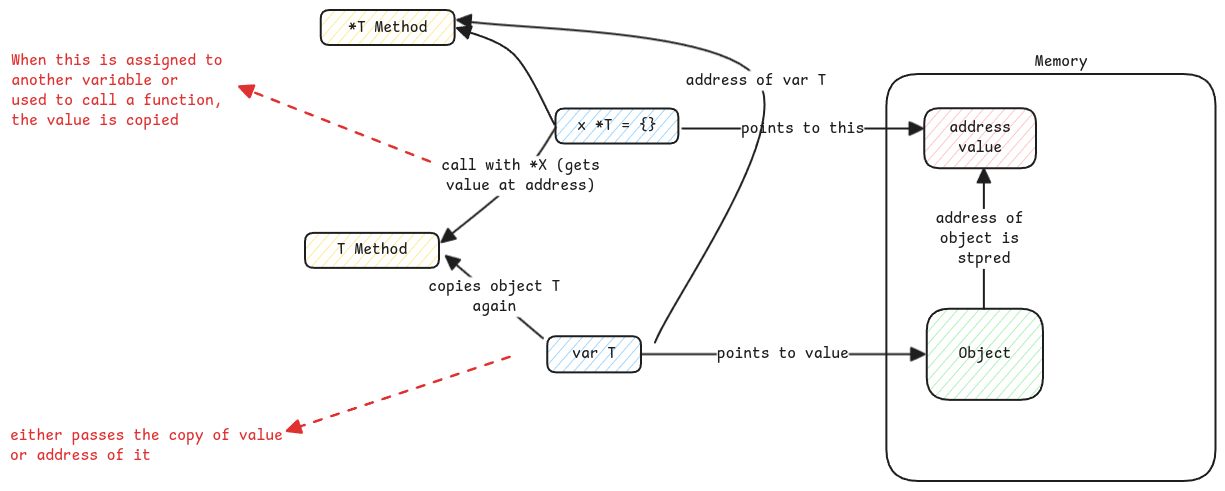
Earlier version of the Excalidraw export static/img/golang-pointers.excalidraw.png (swaroopar/inprogress-engineer). Source tidied: one line per element, renumbered; positions are measured from the earlier drawing's top-left corner, leaving out a move shared by most shapes. The source it was exported from:
```json
{"id": 0, "type": "rectangle", "strokeColor": "#1e1e1e", "strokeWidth": 2, "roughness": 0, "round": true, "x": 876, "y": 64, "width": 329, "height": 407}
{"id": 1, "type": "text", "text": "Memory", "strokeColor": "#1e1e1e", "strokeWidth": 2, "roughness": 0, "fontSize": 16, "fontFamily": 8, "x": 1025, "y": 42, "width": 53, "height": 20}
{"id": 2, "type": "rectangle", "strokeColor": "#1e1e1e", "backgroundColor": "#a5d8ff", "fillStyle": "hachure", "strokeWidth": 2, "roughness": 0, "round": true, "x": 546, "y": 99, "width": 123, "height": 35}
{"id": 3, "type": "text", "text": "x *T = {}", "strokeColor": "#1e1e1e", "strokeWidth": 2, "roughness": 1, "fontSize": 16, "fontFamily": 8, "textAlign": "center", "verticalAlign": "middle", "inside": 2, "x": 567, "y": 106, "width": 79, "height": 20}
{"id": 4, "type": "rectangle", "strokeColor": "#1e1e1e", "backgroundColor": "#ffc9c9", "fillStyle": "hachure", "strokeWidth": 2, "roughness": 0, "round": true, "x": 914, "y": 98, "width": 112, "height": 60}
{"id": 5, "type": "text", "text": "address\nvalue", "strokeColor": "#1e1e1e", "strokeWidth": 2, "roughness": 1, "fontSize": 16, "fontFamily": 8, "textAlign": "center", "verticalAlign": "middle", "inside": 4, "x": 939, "y": 108, "width": 62, "height": 40}
{"id": 6, "type": "rectangle", "strokeColor": "#1e1e1e", "backgroundColor": "#b2f2bb", "fillStyle": "hachure", "strokeWidth": 2, "roughness": 0, "round": true, "x": 917, "y": 299, "width": 116, "height": 91}
{"id": 7, "type": "text", "text": "Object", "strokeColor": "#1e1e1e", "strokeWidth": 2, "roughness": 1, "fontSize": 16, "fontFamily": 8, "textAlign": "center", "verticalAlign": "middle", "inside": 6, "x": 948, "y": 334, "width": 53, "height": 20}
{"id": 8, "type": "arrow", "strokeColor": "#1e1e1e", "strokeWidth": 2, "roughness": 0, "endArrowhead": "triangle", "to": 4, "x": 974, "y": 299, "width": 0, "height": 140, "points": [[0, 0], [0, -140]]}
{"id": 9, "type": "text", "text": "address of \nobject is \nstpred", "strokeColor": "#1e1e1e", "strokeWidth": 2, "roughness": 1, "fontSize": 16, "fontFamily": 8, "textAlign": "center", "verticalAlign": "middle", "inside": 8, "x": 924, "y": 199, "width": 97, "height": 60}
{"id": 10, "type": "arrow", "strokeColor": "#1e1e1e", "strokeWidth": 2, "roughness": 0, "endArrowhead": "triangle", "round": true, "from": 2, "to": 4, "x": 672, "y": 119, "width": 241, "height": 0, "points": [[0, 0], [241, 0]]}
{"id": 11, "type": "text", "text": "points to this", "strokeColor": "#1e1e1e", "strokeWidth": 2, "roughness": 1, "fontSize": 16, "fontFamily": 8, "textAlign": "center", "verticalAlign": "middle", "inside": 10, "x": 731, "y": 109, "width": 123, "height": 20}
{"id": 12, "type": "rectangle", "strokeColor": "#1e1e1e", "backgroundColor": "#a5d8ff", "fillStyle": "hachure", "strokeWidth": 2, "roughness": 0, "round": true, "x": 537, "y": 326, "width": 94, "height": 36}
{"id": 13, "type": "text", "text": "var T", "strokeColor": "#1e1e1e", "strokeWidth": 2, "roughness": 1, "fontSize": 16, "fontFamily": 8, "textAlign": "center", "verticalAlign": "middle", "inside": 12, "x": 562, "y": 334, "width": 44, "height": 20}
{"id": 14, "type": "arrow", "strokeColor": "#1e1e1e", "strokeWidth": 2, "roughness": 0, "endArrowhead": "triangle", "round": true, "x": 631, "y": 344, "width": 284, "height": 0, "points": [[0, 0], [284, 0]]}
{"id": 15, "type": "text", "text": "points to value", "strokeColor": "#1e1e1e", "strokeWidth": 2, "roughness": 1, "fontSize": 16, "fontFamily": 8, "textAlign": "center", "verticalAlign": "middle", "inside": 14, "x": 707, "y": 334, "width": 132, "height": 20}
{"id": 16, "type": "arrow", "strokeColor": "#1e1e1e", "strokeWidth": 2, "roughness": 0, "endArrowhead": "triangle", "round": true, "from": 2, "to": 17, "x": 545, "y": 115, "width": 98, "height": 96, "points": [[0, 0], [-41, -70], [-98, -96]]}
{"id": 17, "type": "rectangle", "strokeColor": "#1e1e1e", "backgroundColor": "#ffec99", "fillStyle": "hachure", "strokeWidth": 2, "roughness": 0, "round": true, "x": 311, "y": 0, "width": 134, "height": 35}
{"id": 18, "type": "text", "text": "*T Method", "strokeColor": "#1e1e1e", "strokeWidth": 2, "roughness": 1, "fontSize": 16, "fontFamily": 8, "textAlign": "center", "verticalAlign": "middle", "inside": 17, "x": 338, "y": 8, "width": 79, "height": 20}
{"id": 19, "type": "rectangle", "strokeColor": "#1e1e1e", "backgroundColor": "#ffec99", "fillStyle": "hachure", "strokeWidth": 2, "roughness": 0, "round": true, "x": 295, "y": 223, "width": 134, "height": 35}
{"id": 20, "type": "text", "text": "T Method", "strokeColor": "#1e1e1e", "strokeWidth": 2, "roughness": 1, "fontSize": 16, "fontFamily": 8, "textAlign": "center", "verticalAlign": "middle", "inside": 19, "x": 327, "y": 230, "width": 70, "height": 20}
{"id": 21, "type": "arrow", "strokeColor": "#1e1e1e", "strokeWidth": 2, "roughness": 0, "endArrowhead": "triangle", "round": true, "to": 19, "x": 546, "y": 117, "width": 115, "height": 115, "points": [[0, 0], [-35, 49], [-115, 115]]}
{"id": 22, "type": "text", "text": "call with *X (gets\nvalue at address)", "strokeColor": "#1e1e1e", "strokeWidth": 2, "roughness": 1, "fontSize": 16, "fontFamily": 8, "textAlign": "center", "verticalAlign": "middle", "inside": 21, "x": 431, "y": 146, "width": 158, "height": 40}
{"id": 23, "type": "text", "text": "When this is assigned to \nanother variable or \nused to call a function, \nthe value is copied", "strokeColor": "#e03131", "strokeWidth": 2, "roughness": 0, "fontSize": 16, "fontFamily": 8, "x": 1, "y": 41, "width": 220, "height": 80}
{"id": 24, "type": "arrow", "strokeColor": "#e03131", "strokeWidth": 2, "strokeStyle": "dashed", "roughness": 0, "endArrowhead": "triangle", "round": true, "to": 23, "x": 420, "y": 152, "width": 191, "height": 75, "points": [[0, 0], [-191, -75]]}
{"id": 25, "type": "arrow", "strokeColor": "#1e1e1e", "strokeWidth": 2, "roughness": 0, "endArrowhead": "triangle", "round": true, "from": 12, "to": 19, "x": 533, "y": 328, "width": 97, "height": 82, "points": [[0, 0], [-97, -82]]}
{"id": 26, "type": "text", "text": "copies object T\nagain", "strokeColor": "#1e1e1e", "strokeWidth": 2, "roughness": 1, "fontSize": 16, "fontFamily": 8, "textAlign": "center", "verticalAlign": "middle", "inside": 25, "x": 418, "y": 267, "width": 132, "height": 40}
{"id": 27, "type": "text", "text": "either passes the copy of value\nor address of it", "strokeColor": "#e03131", "strokeWidth": 2, "roughness": 0, "fontSize": 16, "fontFamily": 8, "x": 0, "y": 416, "width": 273, "height": 40}
{"id": 28, "type": "arrow", "strokeColor": "#e03131", "strokeWidth": 2, "strokeStyle": "dashed", "roughness": 0, "endArrowhead": "triangle", "round": true, "to": 27, "x": 500, "y": 347, "width": 223, "height": 74, "points": [[0, 0], [-223, 74]]}
{"id": 29, "type": "arrow", "strokeColor": "#1e1e1e", "strokeWidth": 2, "roughness": 0, "endArrowhead": "triangle", "round": true, "from": 12, "x": 642, "y": 333, "width": 302, "height": 323, "points": [[0, 0], [104, -262], [-198, -323]]}
{"id": 30, "type": "text", "text": "address of var T", "strokeColor": "#1e1e1e", "strokeWidth": 2, "roughness": 1, "fontSize": 16, "fontFamily": 8, "textAlign": "center", "verticalAlign": "middle", "inside": 29, "x": 676, "y": 61, "width": 141, "height": 20}
```
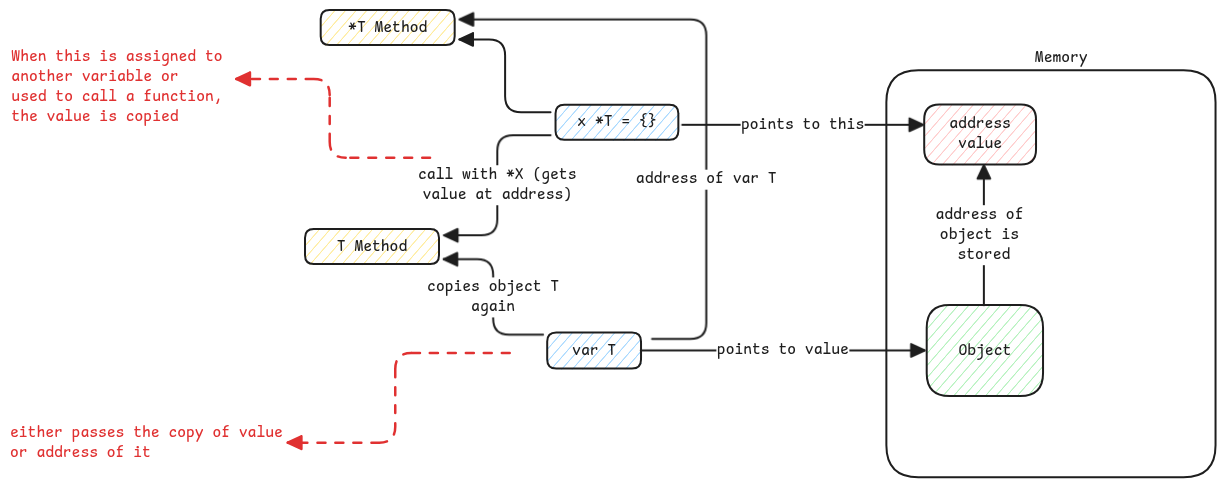
Later version of the same file.

The edit, as a diff of the source:
```diff
@@ -7,25 +7,25 @@
 {"id": 6, "type": "rectangle", "strokeColor": "#1e1e1e", "backgroundColor": "#b2f2bb", "fillStyle": "hachure", "strokeWidth": 2, "roughness": 0, "round": true, "x": 917, "y": 299, "width": 116, "height": 91}
 {"id": 7, "type": "text", "text": "Object", "strokeColor": "#1e1e1e", "strokeWidth": 2, "roughness": 1, "fontSize": 16, "fontFamily": 8, "textAlign": "center", "verticalAlign": "middle", "inside": 6, "x": 948, "y": 334, "width": 53, "height": 20}
 {"id": 8, "type": "arrow", "strokeColor": "#1e1e1e", "strokeWidth": 2, "roughness": 0, "endArrowhead": "triangle", "to": 4, "x": 974, "y": 299, "width": 0, "height": 140, "points": [[0, 0], [0, -140]]}
-{"id": 9, "type": "text", "text": "address of \nobject is \nstpred", "strokeColor": "#1e1e1e", "strokeWidth": 2, "roughness": 1, "fontSize": 16, "fontFamily": 8, "textAlign": "center", "verticalAlign": "middle", "inside": 8, "x": 924, "y": 199, "width": 97, "height": 60}
+{"id": 9, "type": "text", "text": "address of \nobject is \nstored", "strokeColor": "#1e1e1e", "strokeWidth": 2, "roughness": 1, "fontSize": 16, "fontFamily": 8, "textAlign": "center", "verticalAlign": "middle", "inside": 8, "x": 925, "y": 199, "width": 97, "height": 60}
 {"id": 10, "type": "arrow", "strokeColor": "#1e1e1e", "strokeWidth": 2, "roughness": 0, "endArrowhead": "triangle", "round": true, "from": 2, "to": 4, "x": 672, "y": 119, "width": 241, "height": 0, "points": [[0, 0], [241, 0]]}
 {"id": 11, "type": "text", "text": "points to this", "strokeColor": "#1e1e1e", "strokeWidth": 2, "roughness": 1, "fontSize": 16, "fontFamily": 8, "textAlign": "center", "verticalAlign": "middle", "inside": 10, "x": 731, "y": 109, "width": 123, "height": 20}
 {"id": 12, "type": "rectangle", "strokeColor": "#1e1e1e", "backgroundColor": "#a5d8ff", "fillStyle": "hachure", "strokeWidth": 2, "roughness": 0, "round": true, "x": 537, "y": 326, "width": 94, "height": 36}
 {"id": 13, "type": "text", "text": "var T", "strokeColor": "#1e1e1e", "strokeWidth": 2, "roughness": 1, "fontSize": 16, "fontFamily": 8, "textAlign": "center", "verticalAlign": "middle", "inside": 12, "x": 562, "y": 334, "width": 44, "height": 20}
 {"id": 14, "type": "arrow", "strokeColor": "#1e1e1e", "strokeWidth": 2, "roughness": 0, "endArrowhead": "triangle", "round": true, "x": 631, "y": 344, "width": 284, "height": 0, "points": [[0, 0], [284, 0]]}
 {"id": 15, "type": "text", "text": "points to value", "strokeColor": "#1e1e1e", "strokeWidth": 2, "roughness": 1, "fontSize": 16, "fontFamily": 8, "textAlign": "center", "verticalAlign": "middle", "inside": 14, "x": 707, "y": 334, "width": 132, "height": 20}
-{"id": 16, "type": "arrow", "strokeColor": "#1e1e1e", "strokeWidth": 2, "roughness": 0, "endArrowhead": "triangle", "round": true, "from": 2, "to": 17, "x": 545, "y": 115, "width": 98, "height": 96, "points": [[0, 0], [-41, -70], [-98, -96]]}
+{"id": 16, "type": "arrow", "strokeColor": "#1e1e1e", "strokeWidth": 2, "roughness": 0, "endArrowhead": "triangle", "from": 2, "to": 17, "x": 541, "y": 106, "width": 91, "height": 73, "points": [[0, 0], [-45, 0], [-45, -73], [-91, -73]]}
-{"id": 17, "type": "rectangle", "strokeColor": "#1e1e1e", "backgroundColor": "#ffec99", "fillStyle": "hachure", "strokeWidth": 2, "roughness": 0, "round": true, "x": 311, "y": 0, "width": 134, "height": 35}
+{"id": 17, "type": "rectangle", "strokeColor": "#1e1e1e", "backgroundColor": "#ffec99", "fillStyle": "hachure", "strokeWidth": 2, "roughness": 0, "round": true, "x": 311, "y": 4, "width": 134, "height": 35}
-{"id": 18, "type": "text", "text": "*T Method", "strokeColor": "#1e1e1e", "strokeWidth": 2, "roughness": 1, "fontSize": 16, "fontFamily": 8, "textAlign": "center", "verticalAlign": "middle", "inside": 17, "x": 338, "y": 8, "width": 79, "height": 20}
+{"id": 18, "type": "text", "text": "*T Method", "strokeColor": "#1e1e1e", "strokeWidth": 2, "roughness": 1, "fontSize": 16, "fontFamily": 8, "textAlign": "center", "verticalAlign": "middle", "inside": 17, "x": 338, "y": 11, "width": 79, "height": 20}
 {"id": 19, "type": "rectangle", "strokeColor": "#1e1e1e", "backgroundColor": "#ffec99", "fillStyle": "hachure", "strokeWidth": 2, "roughness": 0, "round": true, "x": 295, "y": 223, "width": 134, "height": 35}
 {"id": 20, "type": "text", "text": "T Method", "strokeColor": "#1e1e1e", "strokeWidth": 2, "roughness": 1, "fontSize": 16, "fontFamily": 8, "textAlign": "center", "verticalAlign": "middle", "inside": 19, "x": 327, "y": 230, "width": 70, "height": 20}
-{"id": 21, "type": "arrow", "strokeColor": "#1e1e1e", "strokeWidth": 2, "roughness": 0, "endArrowhead": "triangle", "round": true, "to": 19, "x": 546, "y": 117, "width": 115, "height": 115, "points": [[0, 0], [-35, 49], [-115, 115]]}
+{"id": 21, "type": "arrow", "strokeColor": "#1e1e1e", "strokeWidth": 2, "roughness": 0, "endArrowhead": "triangle", "from": 2, "to": 19, "x": 541, "y": 129, "width": 107, "height": 100, "points": [[0, 0], [-53, 0], [-53, 100], [-107, 100]]}
 {"id": 22, "type": "text", "text": "call with *X (gets\nvalue at address)", "strokeColor": "#1e1e1e", "strokeWidth": 2, "roughness": 1, "fontSize": 16, "fontFamily": 8, "textAlign": "center", "verticalAlign": "middle", "inside": 21, "x": 431, "y": 146, "width": 158, "height": 40}
 {"id": 23, "type": "text", "text": "When this is assigned to \nanother variable or \nused to call a function, \nthe value is copied", "strokeColor": "#e03131", "strokeWidth": 2, "roughness": 0, "fontSize": 16, "fontFamily": 8, "x": 1, "y": 41, "width": 220, "height": 80}
-{"id": 24, "type": "arrow", "strokeColor": "#e03131", "strokeWidth": 2, "strokeStyle": "dashed", "roughness": 0, "endArrowhead": "triangle", "round": true, "to": 23, "x": 420, "y": 152, "width": 191, "height": 75, "points": [[0, 0], [-191, -75]]}
+{"id": 24, "type": "arrow", "strokeColor": "#e03131", "strokeWidth": 2, "strokeStyle": "dashed", "roughness": 0, "endArrowhead": "triangle", "to": 23, "x": 420, "y": 152, "width": 194, "height": 79, "points": [[0, 0], [-100, 0], [-100, -79], [-194, -79]]}
-{"id": 25, "type": "arrow", "strokeColor": "#1e1e1e", "strokeWidth": 2, "roughness": 0, "endArrowhead": "triangle", "round": true, "from": 12, "to": 19, "x": 533, "y": 328, "width": 97, "height": 82, "points": [[0, 0], [-97, -82]]}
+{"id": 25, "type": "arrow", "strokeColor": "#1e1e1e", "strokeWidth": 2, "roughness": 0, "endArrowhead": "triangle", "from": 12, "to": 19, "x": 533, "y": 328, "width": 99, "height": 75, "points": [[0, 0], [-50, 0], [-50, -75], [-99, -75]]}
 {"id": 26, "type": "text", "text": "copies object T\nagain", "strokeColor": "#1e1e1e", "strokeWidth": 2, "roughness": 1, "fontSize": 16, "fontFamily": 8, "textAlign": "center", "verticalAlign": "middle", "inside": 25, "x": 418, "y": 267, "width": 132, "height": 40}
 {"id": 27, "type": "text", "text": "either passes the copy of value\nor address of it", "strokeColor": "#e03131", "strokeWidth": 2, "roughness": 0, "fontSize": 16, "fontFamily": 8, "x": 0, "y": 416, "width": 273, "height": 40}
-{"id": 28, "type": "arrow", "strokeColor": "#e03131", "strokeWidth": 2, "strokeStyle": "dashed", "roughness": 0, "endArrowhead": "triangle", "round": true, "to": 27, "x": 500, "y": 347, "width": 223, "height": 74, "points": [[0, 0], [-223, 74]]}
+{"id": 28, "type": "arrow", "strokeColor": "#e03131", "strokeWidth": 2, "strokeStyle": "dashed", "roughness": 0, "endArrowhead": "triangle", "to": 27, "x": 500, "y": 347, "width": 222, "height": 90, "points": [[0, 0], [-114, 0], [-114, 90], [-222, 90]]}
-{"id": 29, "type": "arrow", "strokeColor": "#1e1e1e", "strokeWidth": 2, "roughness": 0, "endArrowhead": "triangle", "round": true, "from": 12, "x": 642, "y": 333, "width": 302, "height": 323, "points": [[0, 0], [104, -262], [-198, -323]]}
+{"id": 29, "type": "arrow", "strokeColor": "#1e1e1e", "strokeWidth": 2, "roughness": 0, "endArrowhead": "triangle", "from": 12, "to": 17, "x": 642, "y": 333, "width": 247, "height": 320, "points": [[0, 0], [54, 0], [54, -320], [-192, -320]]}
 {"id": 30, "type": "text", "text": "address of var T", "strokeColor": "#1e1e1e", "strokeWidth": 2, "roughness": 1, "fontSize": 16, "fontFamily": 8, "textAlign": "center", "verticalAlign": "middle", "inside": 29, "x": 676, "y": 61, "width": 141, "height": 20}
```
